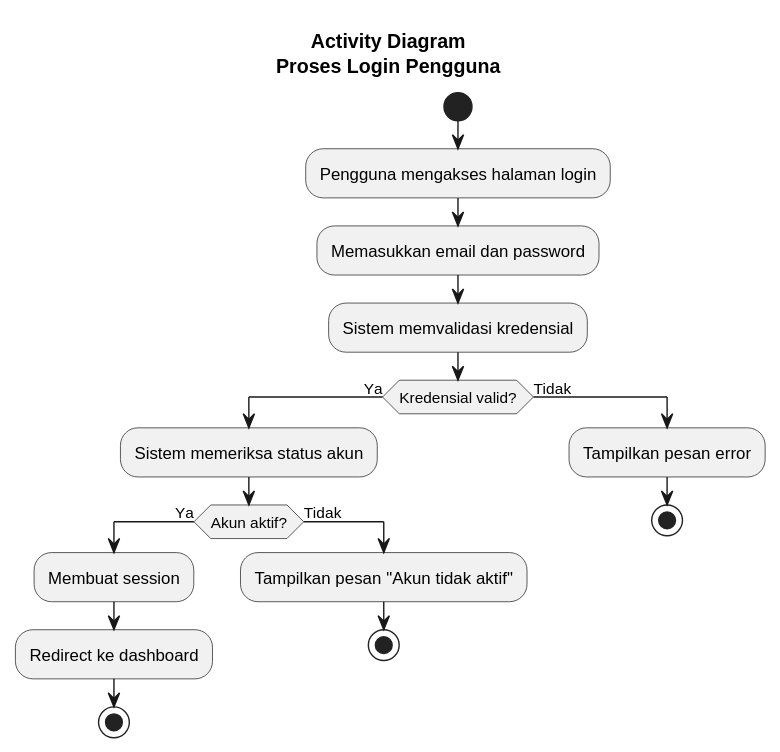
The PlantUML diagram docs/diagrams/svg/activity/activity-inc-1-login.svg in pawon3d/pawon3d, before a commit. Its diagram source:
```plantuml
@startuml
skinparam activityShape octagon

title Activity Diagram\nProses Login Pengguna

start
:Pengguna mengakses halaman login;
:Memasukkan email dan password;
:Sistem memvalidasi kredensial;

if (Kredensial valid?) then (Ya)
    :Sistem memeriksa status akun;
    if (Akun aktif?) then (Ya)
        :Membuat session;
        :Redirect ke dashboard;
        stop
    else (Tidak)
        :Tampilkan pesan "Akun tidak aktif";
        stop
    endif
else (Tidak)
    :Tampilkan pesan error;
    stop
endif
@enduml
```
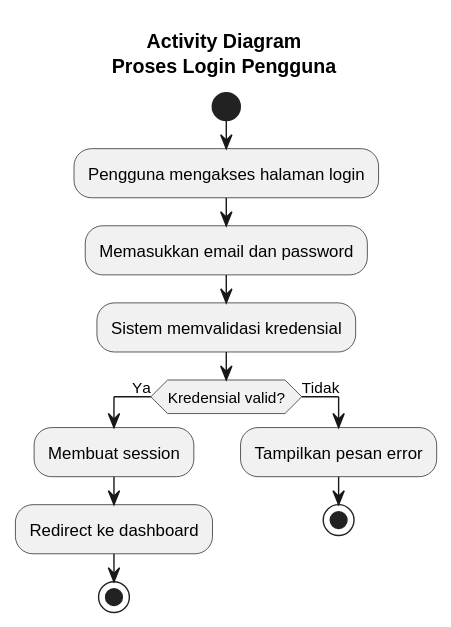
Later version of the same file.

What changed in the source:
```diff
@@ -9,15 +9,9 @@
 :Sistem memvalidasi kredensial;
 
 if (Kredensial valid?) then (Ya)
-    :Sistem memeriksa status akun;
-    if (Akun aktif?) then (Ya)
-        :Membuat session;
-        :Redirect ke dashboard;
-        stop
-    else (Tidak)
-        :Tampilkan pesan "Akun tidak aktif";
-        stop
-    endif
+    :Membuat session;
+    :Redirect ke dashboard;
+    stop
 else (Tidak)
     :Tampilkan pesan error;
     stop
```
